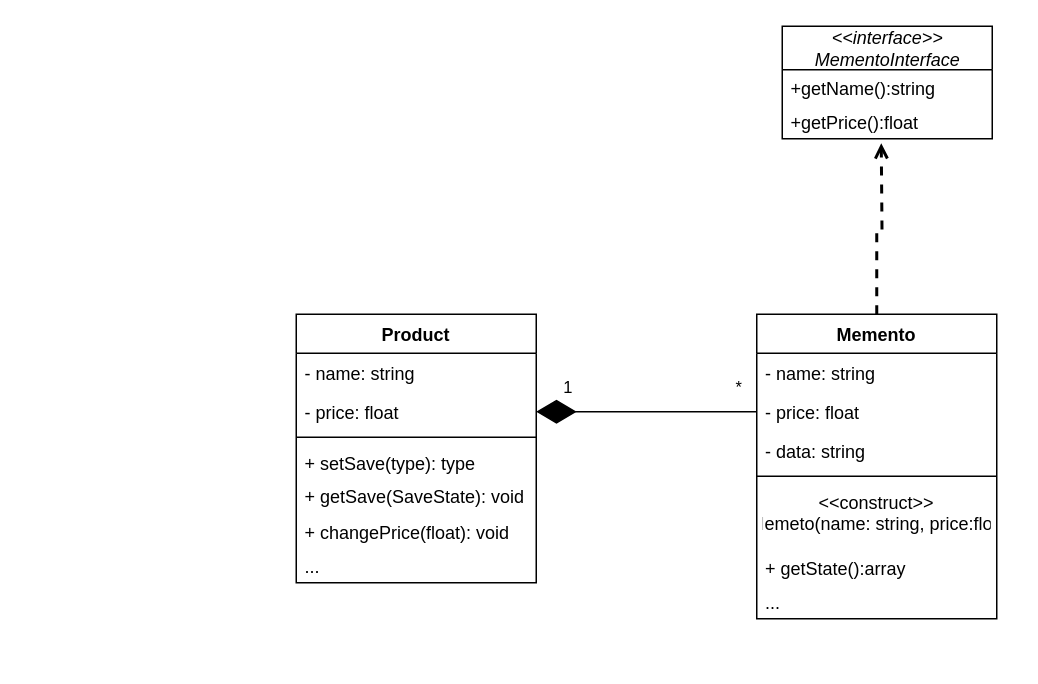
The draw.io diagram Behavior/Memento/UML Memento.drawio in devlubinets/todo, before the edit. Source tidied: cells renumbered, new cells numbered last; positions are measured from the earlier drawing's top-left corner, leaving out a move shared by most shapes. Both pictures are drawn from the tidied source at 150%, with x=0, y=0 at pixel (296, 26).
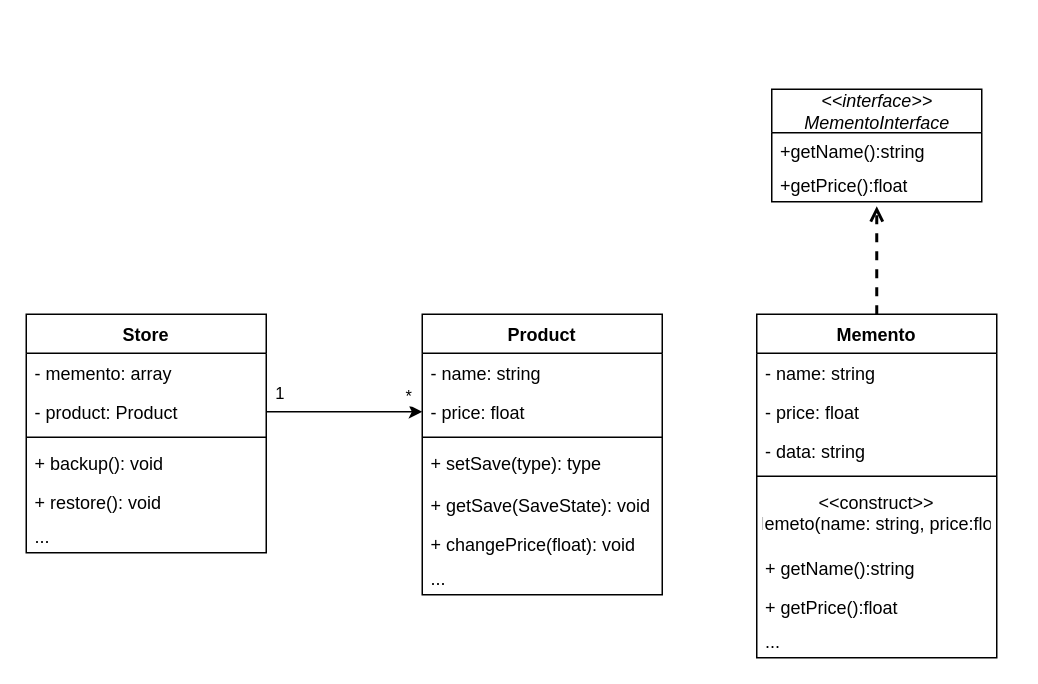
After the change.

Commit message:
Паттерн снимок UML реализован

Unchanged cells that the change refers to:
```xml
<mxCell id="4" value="- price: float&#10;" style="text;strokeColor=none;fillColor=none;align=left;verticalAlign=top;spacingLeft=4;spacingRight=4;overflow=hidden;points=[[0,0.5],[1,0.5]];portConstraint=eastwest;" parent="2" vertex="1">
  <mxGeometry y="52" width="160" height="26" as="geometry" />
</mxCell>
<mxCell id="12" value="- price: float&#10;" style="text;strokeColor=none;fillColor=none;align=left;verticalAlign=top;spacingLeft=4;spacingRight=4;overflow=hidden;points=[[0,0.5],[1,0.5]];portConstraint=eastwest;" parent="10" vertex="1">
  <mxGeometry y="52" width="160" height="26" as="geometry" />
</mxCell>
```

What changed in the source:
```diff
@@
     <mxCell id="2" value="Product" style="swimlane;fontStyle=1;align=center;verticalAlign=top;horizontal=1;startSize=26;" parent="1" vertex="1">
-      <mxGeometry y="192" width="160" height="179" as="geometry" />
+      <mxGeometry x="84" y="192" width="160" height="187" as="geometry" />
     </mxCell>
@@
     <mxCell id="6" value="+ setSave(type): type" style="text;strokeColor=none;fillColor=none;align=left;verticalAlign=top;spacingLeft=4;spacingRight=4;overflow=hidden;" parent="2" vertex="1">
-      <mxGeometry y="86" width="160" height="46" as="geometry" />
+      <mxGeometry y="86" width="160" height="28" as="geometry" />
     </mxCell>
+    <mxCell id="21" value="+ getSave(SaveState): void" style="text;strokeColor=none;fillColor=none;align=left;verticalAlign=top;spacingLeft=4;spacingRight=4;overflow=hidden;" parent="2" vertex="1">
+      <mxGeometry y="114" width="160" height="26" as="geometry" />
+    </mxCell>
     <mxCell id="7" value="+ changePrice(float): void" style="text;strokeColor=none;fillColor=none;align=left;verticalAlign=top;spacingLeft=4;spacingRight=4;overflow=hidden;" parent="2" vertex="1">
-      <mxGeometry y="132" width="160" height="26" as="geometry" />
+      <mxGeometry y="140" width="160" height="26" as="geometry" />
     </mxCell>
     <mxCell id="8" value="..." style="text;html=1;strokeColor=none;fillColor=none;align=left;verticalAlign=middle;spacingLeft=4;spacingRight=4;overflow=hidden;" parent="2" vertex="1">
-      <mxGeometry y="158" width="160" height="21" as="geometry" />
+      <mxGeometry y="166" width="160" height="21" as="geometry" />
     </mxCell>
     <mxCell id="9" style="edgeStyle=orthogonalEdgeStyle;rounded=0;jettySize=auto;html=1;dashed=1;strokeWidth=2;endArrow=open;endFill=0;" parent="1" edge="1" source="10">
       <mxGeometry relative="1" as="geometry">
-        <mxPoint x="390" y="78" as="targetPoint" />
+        <mxPoint x="387" y="120" as="targetPoint" />
       </mxGeometry>
     </mxCell>
     <mxCell id="10" value="Memento" style="swimlane;fontStyle=1;align=center;verticalAlign=top;horizontal=1;startSize=26;" parent="1" vertex="1">
-      <mxGeometry x="307" y="192" width="160" height="203" as="geometry" />
+      <mxGeometry x="307" y="192" width="160" height="229" as="geometry" />
     </mxCell>
@@
-    <mxCell id="16" value="+ getState():array" style="text;strokeColor=none;fillColor=none;align=left;verticalAlign=top;spacingLeft=4;spacingRight=4;overflow=hidden;" parent="10" vertex="1">
+    <mxCell id="16" value="+ getName():string" style="text;strokeColor=none;fillColor=none;align=left;verticalAlign=top;spacingLeft=4;spacingRight=4;overflow=hidden;" parent="10" vertex="1">
       <mxGeometry y="156" width="160" height="26" as="geometry" />
     </mxCell>
+    <mxCell id="26" value="+ getPrice():float" style="text;strokeColor=none;fillColor=none;align=left;verticalAlign=top;spacingLeft=4;spacingRight=4;overflow=hidden;" parent="10" vertex="1">
+      <mxGeometry y="182" width="160" height="26" as="geometry" />
+    </mxCell>
     <mxCell id="17" value="..." style="text;html=1;strokeColor=none;fillColor=none;align=left;verticalAlign=middle;spacingLeft=4;spacingRight=4;overflow=hidden;" parent="10" vertex="1">
-      <mxGeometry y="182" width="160" height="21" as="geometry" />
+      <mxGeometry y="208" width="160" height="21" as="geometry" />
     </mxCell>
-    <mxCell id="18" style="endArrow=diamondThin;endFill=1;endSize=24;html=1;entryX=1;entryY=0.5;entryDx=0;entryDy=0;exitX=0;exitY=0.5;exitDx=0;exitDy=0;" parent="1" edge="1" source="12" target="4">
-      <mxGeometry relative="1" as="geometry" />
-    </mxCell>
-    <mxCell id="19" value="1" style="edgeLabel;html=1;align=center;verticalAlign=middle;" parent="18" vertex="1">
-      <mxGeometry x="0.75" relative="1" as="geometry">
-        <mxPoint x="2" y="-17" as="offset" />
-      </mxGeometry>
-    </mxCell>
-    <mxCell id="20" value="*" style="edgeLabel;html=1;align=center;verticalAlign=middle;" parent="18" vertex="1">
-      <mxGeometry x="-0.55" y="1" relative="1" as="geometry">
-        <mxPoint x="20" y="-18" as="offset" />
-      </mxGeometry>
-    </mxCell>
-    <mxCell id="21" value="+ getSave(SaveState): void" style="text;strokeColor=none;fillColor=none;align=left;verticalAlign=top;spacingLeft=4;spacingRight=4;overflow=hidden;" parent="1" vertex="1">
-      <mxGeometry y="300" width="160" height="26" as="geometry" />
-    </mxCell>
     <mxCell id="22" value="&lt;span style=&quot;font-weight: normal&quot;&gt;&lt;i&gt;&amp;lt;&amp;lt;interface&amp;gt;&amp;gt;&lt;br&gt;&lt;/i&gt;&lt;/span&gt;&lt;i style=&quot;font-weight: 400&quot;&gt;MementoInterface&lt;/i&gt;&lt;span style=&quot;font-weight: normal&quot;&gt;&lt;i&gt;&lt;br&gt;&lt;/i&gt;&lt;/span&gt;" style="swimlane;fontStyle=1;align=center;verticalAlign=middle;horizontal=1;startSize=29;html=1;" parent="1" vertex="1">
-      <mxGeometry x="324" width="140" height="75" as="geometry" />
+      <mxGeometry x="317" y="42" width="140" height="75" as="geometry" />
     </mxCell>
@@
+    <mxCell id="27" value="Store" style="swimlane;fontStyle=1;align=center;verticalAlign=top;horizontal=1;startSize=26;" parent="1" vertex="1">
+      <mxGeometry x="-180" y="192" width="160" height="159" as="geometry" />
+    </mxCell>
+    <mxCell id="28" value="- memento: array" style="text;strokeColor=none;fillColor=none;align=left;verticalAlign=top;spacingLeft=4;spacingRight=4;overflow=hidden;" parent="27" vertex="1">
+      <mxGeometry y="26" width="160" height="26" as="geometry" />
+    </mxCell>
+    <mxCell id="29" value="- product: Product" style="text;strokeColor=none;fillColor=none;align=left;verticalAlign=top;spacingLeft=4;spacingRight=4;overflow=hidden;points=[[0,0.5],[1,0.5]];portConstraint=eastwest;" parent="27" vertex="1">
+      <mxGeometry y="52" width="160" height="26" as="geometry" />
+    </mxCell>
+    <mxCell id="30" style="line;strokeWidth=1;fillColor=none;align=left;verticalAlign=middle;spacingTop=-1;spacingLeft=3;spacingRight=3;labelPosition=right;" parent="27" vertex="1">
+      <mxGeometry y="78" width="160" height="8" as="geometry" />
+    </mxCell>
+    <mxCell id="31" value="+ backup(): void" style="text;strokeColor=none;fillColor=none;align=left;verticalAlign=top;spacingLeft=4;spacingRight=4;overflow=hidden;" parent="27" vertex="1">
+      <mxGeometry y="86" width="160" height="26" as="geometry" />
+    </mxCell>
+    <mxCell id="32" value="+ restore(): void" style="text;strokeColor=none;fillColor=none;align=left;verticalAlign=top;spacingLeft=4;spacingRight=4;overflow=hidden;" parent="27" vertex="1">
+      <mxGeometry y="112" width="160" height="26" as="geometry" />
+    </mxCell>
+    <mxCell id="33" value="..." style="text;html=1;strokeColor=none;fillColor=none;align=left;verticalAlign=middle;spacingLeft=4;spacingRight=4;overflow=hidden;" parent="27" vertex="1">
+      <mxGeometry y="138" width="160" height="21" as="geometry" />
+    </mxCell>
+    <mxCell id="34" style="edgeStyle=orthogonalEdgeStyle;rounded=0;jettySize=auto;html=1;entryX=0;entryY=0.5;entryDx=0;entryDy=0;" parent="1" edge="1" source="29" target="4">
+      <mxGeometry relative="1" as="geometry" />
+    </mxCell>
+    <mxCell id="19" value="1" style="edgeLabel;html=1;align=center;verticalAlign=middle;" parent="34" vertex="1">
+      <mxGeometry x="-0.59" relative="1" as="geometry">
+        <mxPoint x="-13" y="-13" as="offset" />
+      </mxGeometry>
+    </mxCell>
+    <mxCell id="20" value="*" style="edgeLabel;html=1;align=center;verticalAlign=middle;" parent="34" vertex="1">
+      <mxGeometry x="0.8" relative="1" as="geometry">
+        <mxPoint y="-11" as="offset" />
+      </mxGeometry>
+    </mxCell>
```
